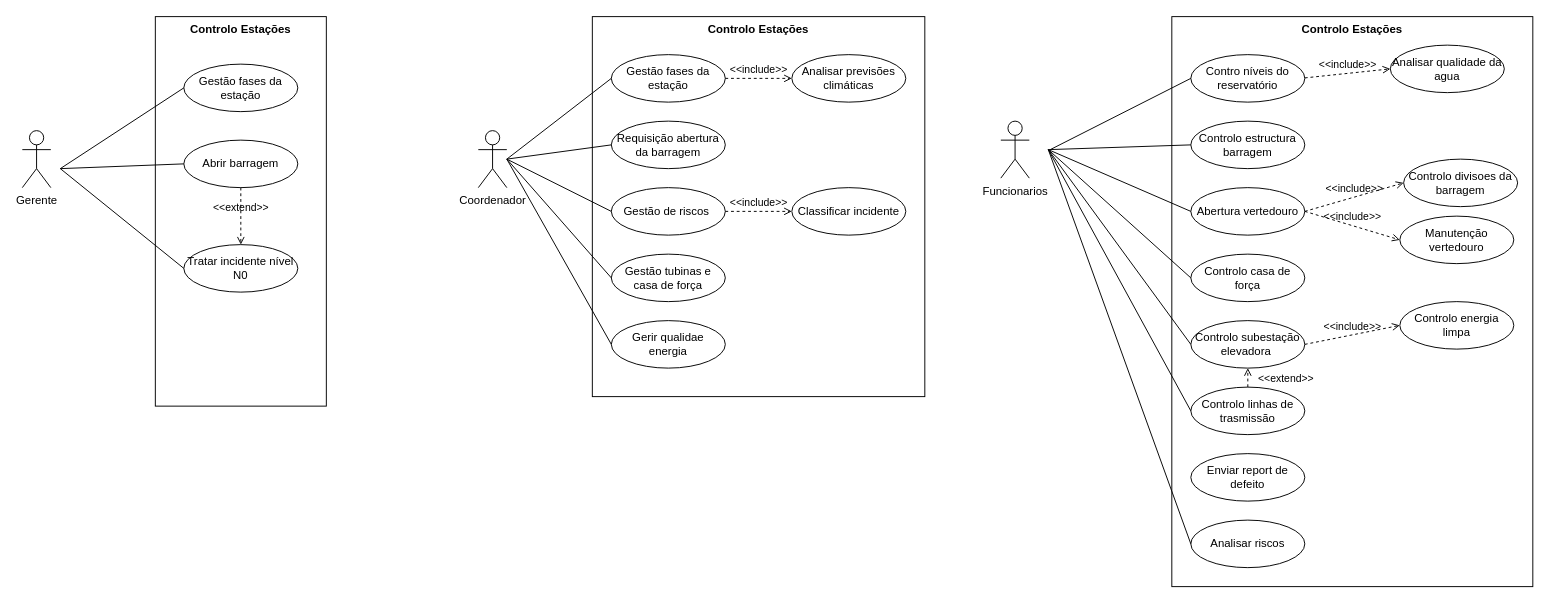
Above: page "Página-3" (3 of 3) of Diagrama sem nome.drawio in marceloassis003/Projetos_PWBI (draw.io), before the change. Source tidied: cells renumbered, new cells numbered last; positions are measured from the earlier drawing's top-left corner, leaving out a move shared by most shapes. Both pictures are drawn from the tidied source at 95%, with x=0, y=0 at pixel (22, 16).
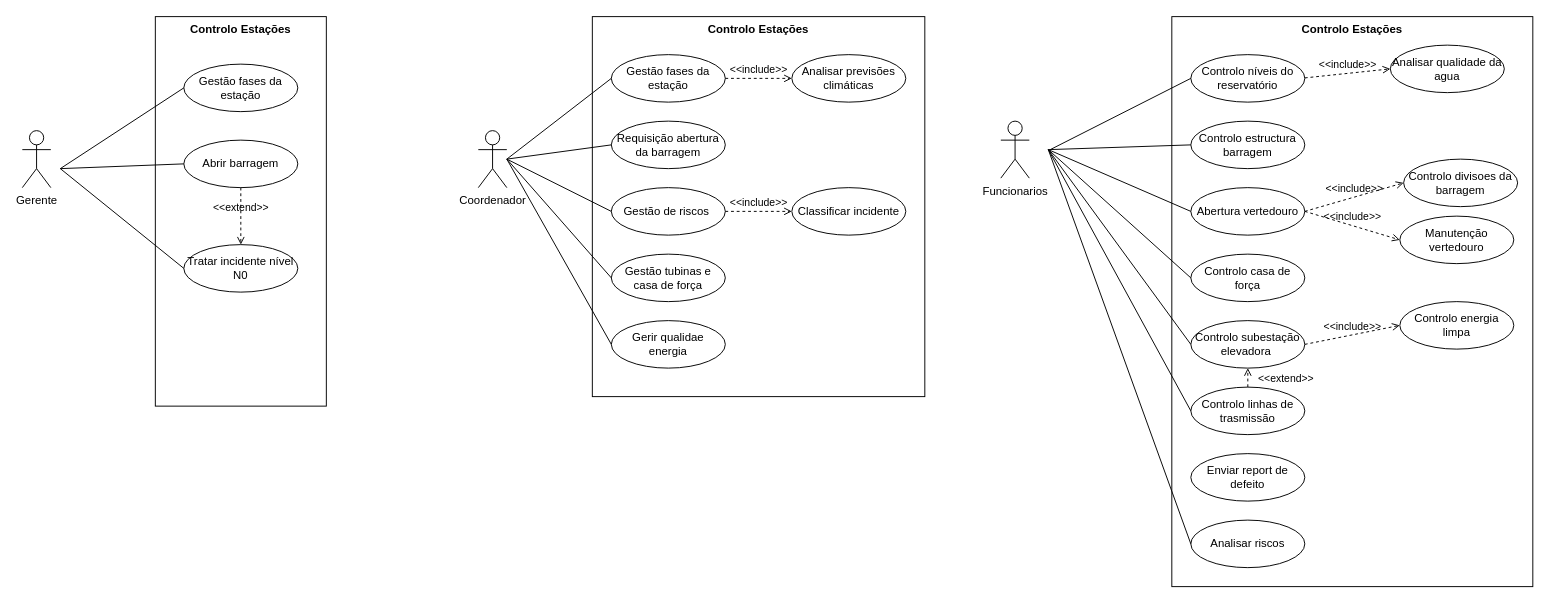
Above is the later version.

What changed in the source:
```diff
@@
-    <mxCell id="8" value="Contro níveis do reservatório" style="ellipse;whiteSpace=wrap;html=1;" parent="1" vertex="1">
+    <mxCell id="8" value="Controlo níveis do reservatório" style="ellipse;whiteSpace=wrap;html=1;" parent="1" vertex="1">
       <mxGeometry x="1230" y="40" width="120" height="50" as="geometry" />
     </mxCell>
```
